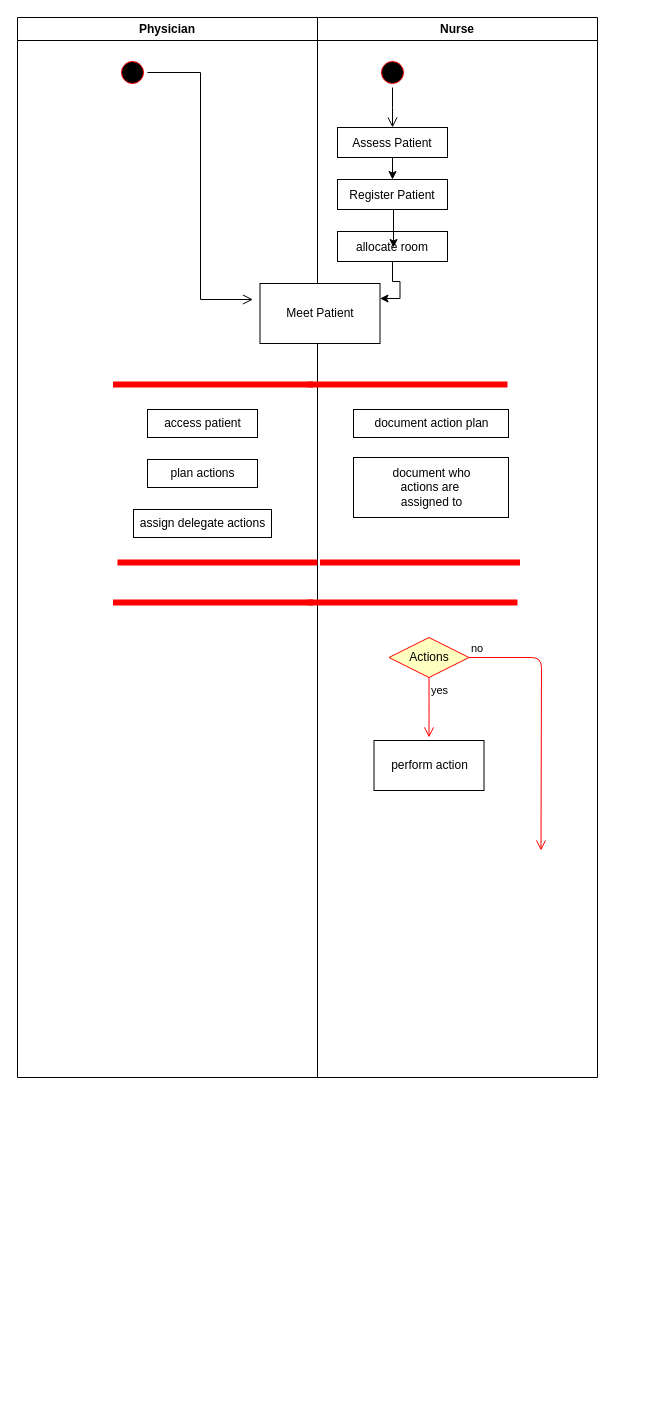
The draw.io diagram activity.drawio in kestersimm/drawio, before the edit. Source tidied: cells renumbered, new cells numbered last; positions are measured from the earlier drawing's top-left corner, leaving out a move shared by most shapes. Both pictures are drawn from the tidied source at 100%, with x=0, y=0 at pixel (17, 17).
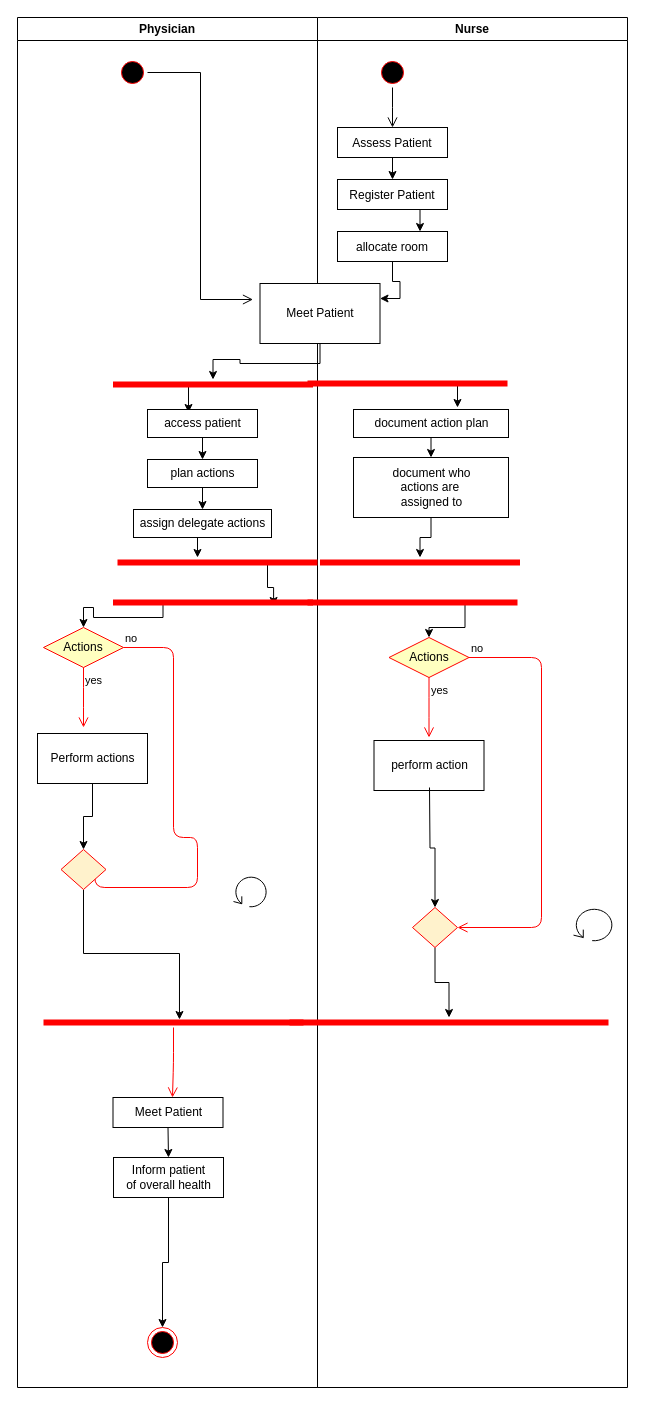
After the change.

The change refers to these unchanged cells:
```xml
<mxCell id="7" value="Register Patient" parent="2" vertex="1">
  <mxGeometry x="20" y="162" width="110" height="30" as="geometry" />
</mxCell>
<mxCell id="9" value="allocate room" parent="2" vertex="1">
  <mxGeometry x="20" y="214" width="110" height="30" as="geometry" />
</mxCell>
<mxCell id="13" value="Meet Patient" style="rounded=0;whiteSpace=wrap;html=1;" parent="10" vertex="1">
  <mxGeometry x="242.5" y="266" width="120" height="60" as="geometry" />
</mxCell>
<mxCell id="14" style="shape=line;html=1;strokeWidth=6;strokeColor=#ff0000;" parent="10" vertex="1">
  <mxGeometry x="95.5" y="362" width="200" height="10" as="geometry" />
</mxCell>
<mxCell id="15" value="access patient" style="html=1;" parent="10" vertex="1">
  <mxGeometry x="130" y="392" width="110" height="28" as="geometry" />
</mxCell>
<mxCell id="16" value="plan actions" style="html=1;" parent="10" vertex="1">
  <mxGeometry x="130" y="442" width="110" height="28" as="geometry" />
</mxCell>
<mxCell id="17" value="assign delegate actions" style="html=1;" parent="10" vertex="1">
  <mxGeometry x="116" y="492" width="138" height="28" as="geometry" />
</mxCell>
<mxCell id="18" style="shape=line;html=1;strokeWidth=6;strokeColor=#ff0000;" parent="10" vertex="1">
  <mxGeometry x="100" y="540" width="200" height="10" as="geometry" />
</mxCell>
<mxCell id="19" style="shape=line;html=1;strokeWidth=6;strokeColor=#ff0000;" parent="10" vertex="1">
  <mxGeometry x="95.5" y="580" width="200" height="10" as="geometry" />
</mxCell>
<mxCell id="21" value="document action plan" style="html=1;" parent="2" vertex="1">
  <mxGeometry x="36" y="392" width="155" height="28" as="geometry" />
</mxCell>
<mxCell id="22" value="document who&lt;br&gt;actions are&amp;nbsp;&lt;br&gt;assigned to" style="html=1;" parent="2" vertex="1">
  <mxGeometry x="36" y="440" width="155" height="60" as="geometry" />
</mxCell>
<mxCell id="23" style="shape=line;html=1;strokeWidth=6;strokeColor=#ff0000;" parent="2" vertex="1">
  <mxGeometry x="2.5" y="540" width="200" height="10" as="geometry" />
</mxCell>
<mxCell id="24" style="shape=line;html=1;strokeWidth=6;strokeColor=#ff0000;" parent="2" vertex="1">
  <mxGeometry x="-10" y="580" width="210" height="10" as="geometry" />
</mxCell>
<mxCell id="25" value="Actions" style="rhombus;whiteSpace=wrap;html=1;fillColor=#ffffc0;strokeColor=#ff0000;" parent="2" vertex="1">
  <mxGeometry x="71.5" y="620" width="80" height="40" as="geometry" />
</mxCell>
```

Change to the diagram source:
```diff
@@
     <mxCell id="2" value="Nurse" style="swimlane;whiteSpace=wrap;" parent="1" vertex="1">
-      <mxGeometry x="300" width="280" height="1060" as="geometry" />
+      <mxGeometry x="300" width="310" height="1370" as="geometry" />
     </mxCell>
@@
+    <mxCell id="30" style="edgeStyle=orthogonalEdgeStyle;rounded=0;jettySize=auto;html=1;exitX=0.5;exitY=1;exitDx=0;exitDy=0;entryX=0.75;entryY=0;entryDx=0;entryDy=0;" parent="2" edge="1" source="7" target="9">
+      <mxGeometry relative="1" as="geometry" />
+    </mxCell>
@@
     <mxCell id="10" value="Physician" style="swimlane;whiteSpace=wrap;" parent="2" vertex="1">
-      <mxGeometry x="-300" width="300" height="1060" as="geometry" />
+      <mxGeometry x="-300" width="300" height="1370" as="geometry" />
     </mxCell>
@@
+    <mxCell id="31" style="edgeStyle=orthogonalEdgeStyle;rounded=0;jettySize=auto;html=1;exitX=0.5;exitY=1;exitDx=0;exitDy=0;" parent="10" edge="1" source="13" target="14">
+      <mxGeometry relative="1" as="geometry" />
+    </mxCell>
@@
+    <mxCell id="32" style="edgeStyle=orthogonalEdgeStyle;rounded=0;jettySize=auto;html=1;exitX=0.25;exitY=0.5;exitDx=0;exitDy=0;exitPerimeter=0;entryX=0.373;entryY=0.107;entryDx=0;entryDy=0;entryPerimeter=0;" parent="10" edge="1" source="14" target="15">
+      <mxGeometry relative="1" as="geometry" />
+    </mxCell>
@@
+    <mxCell id="33" style="edgeStyle=orthogonalEdgeStyle;rounded=0;jettySize=auto;html=1;exitX=0.5;exitY=1;exitDx=0;exitDy=0;entryX=0.5;entryY=0;entryDx=0;entryDy=0;" parent="10" edge="1" source="15" target="16">
+      <mxGeometry relative="1" as="geometry" />
+    </mxCell>
@@
+    <mxCell id="34" style="edgeStyle=orthogonalEdgeStyle;rounded=0;jettySize=auto;html=1;exitX=0.25;exitY=1;exitDx=0;exitDy=0;entryX=0.5;entryY=0;entryDx=0;entryDy=0;" parent="10" edge="1" source="16" target="17">
+      <mxGeometry relative="1" as="geometry" />
+    </mxCell>
@@
+    <mxCell id="35" style="edgeStyle=orthogonalEdgeStyle;rounded=0;jettySize=auto;html=1;exitX=0.5;exitY=1;exitDx=0;exitDy=0;entryX=0.4;entryY=0;entryDx=0;entryDy=0;entryPerimeter=0;" parent="10" edge="1" source="17" target="18">
+      <mxGeometry relative="1" as="geometry" />
+    </mxCell>
@@
+    <mxCell id="36" style="edgeStyle=orthogonalEdgeStyle;rounded=0;jettySize=auto;html=1;exitX=0.75;exitY=0.5;exitDx=0;exitDy=0;exitPerimeter=0;entryX=0.803;entryY=0.8;entryDx=0;entryDy=0;entryPerimeter=0;" parent="10" edge="1" source="18" target="19">
+      <mxGeometry relative="1" as="geometry" />
+    </mxCell>
@@
+    <mxCell id="37" style="edgeStyle=orthogonalEdgeStyle;rounded=0;jettySize=auto;html=1;exitX=0.25;exitY=0.5;exitDx=0;exitDy=0;exitPerimeter=0;entryX=0.5;entryY=0;entryDx=0;entryDy=0;" parent="10" edge="1" source="19" target="38">
+      <mxGeometry relative="1" as="geometry">
+        <Array as="points">
+          <mxPoint x="146" y="600" />
+          <mxPoint x="76" y="600" />
+          <mxPoint x="76" y="590" />
+          <mxPoint x="66" y="590" />
+        </Array>
+      </mxGeometry>
+    </mxCell>
@@
+    <mxCell id="38" value="Actions" style="rhombus;whiteSpace=wrap;html=1;fillColor=#ffffc0;strokeColor=#ff0000;" parent="10" vertex="1">
+      <mxGeometry x="26" y="610" width="80" height="40" as="geometry" />
+    </mxCell>
+    <mxCell id="39" value="no" style="edgeStyle=orthogonalEdgeStyle;html=1;align=left;verticalAlign=bottom;endArrow=open;endSize=8;strokeColor=#ff0000;entryX=1;entryY=0;entryDx=0;entryDy=0;" parent="10" edge="1" source="38" target="44">
+      <mxGeometry x="-1" relative="1" as="geometry">
+        <Array as="points">
+          <mxPoint x="156" y="630" />
+          <mxPoint x="156" y="820" />
+          <mxPoint x="180" y="820" />
+          <mxPoint x="180" y="870" />
+          <mxPoint x="77" y="870" />
+        </Array>
+      </mxGeometry>
+    </mxCell>
+    <mxCell id="40" value="yes" style="edgeStyle=orthogonalEdgeStyle;html=1;align=left;verticalAlign=top;endArrow=open;endSize=8;strokeColor=#ff0000;" parent="10" edge="1" source="38">
+      <mxGeometry x="-1" relative="1" as="geometry">
+        <mxPoint x="66" y="710" as="targetPoint" />
+      </mxGeometry>
+    </mxCell>
+    <mxCell id="41" style="edgeStyle=orthogonalEdgeStyle;rounded=0;jettySize=auto;html=1;entryX=0.5;entryY=0;entryDx=0;entryDy=0;strokeColor=#000000;" parent="10" edge="1" source="42" target="44">
+      <mxGeometry relative="1" as="geometry" />
+    </mxCell>
+    <mxCell id="42" value="Perform actions" style="html=1;strokeColor=#000000;" parent="10" vertex="1">
+      <mxGeometry x="20" y="716" width="110" height="50" as="geometry" />
+    </mxCell>
+    <mxCell id="43" style="edgeStyle=orthogonalEdgeStyle;rounded=0;jettySize=auto;html=1;entryX=0.523;entryY=0.2;entryDx=0;entryDy=0;entryPerimeter=0;" parent="10" edge="1" source="44" target="46">
+      <mxGeometry relative="1" as="geometry" />
+    </mxCell>
+    <mxCell id="44" style="rhombus;whiteSpace=wrap;html=1;fillColor=#fff2cc;strokeColor=#FF0000;" parent="10" vertex="1">
+      <mxGeometry x="43.5" y="832" width="45" height="40" as="geometry" />
+    </mxCell>
+    <mxCell id="45" style="shape=mxgraph.bpmn.loop;html=1;strokeColor=#000000;" parent="10" vertex="1">
+      <mxGeometry x="216" y="858" width="34" height="32" as="geometry" />
+    </mxCell>
+    <mxCell id="46" style="shape=line;html=1;strokeWidth=6;strokeColor=#ff0000;" parent="10" vertex="1">
+      <mxGeometry x="26" y="1000" width="260" height="10" as="geometry" />
+    </mxCell>
+    <mxCell id="47" style="edgeStyle=orthogonalEdgeStyle;html=1;verticalAlign=bottom;endArrow=open;endSize=8;strokeColor=#ff0000;" parent="10" edge="1" source="46">
+      <mxGeometry relative="1" as="geometry">
+        <mxPoint x="155" y="1080" as="targetPoint" />
+      </mxGeometry>
+    </mxCell>
+    <mxCell id="48" style="edgeStyle=orthogonalEdgeStyle;rounded=0;jettySize=auto;html=1;exitX=0.5;exitY=1;exitDx=0;exitDy=0;entryX=0.5;entryY=0;entryDx=0;entryDy=0;" parent="10" edge="1" source="49" target="51">
+      <mxGeometry relative="1" as="geometry" />
+    </mxCell>
+    <mxCell id="49" value="Meet Patient" style="html=1;strokeColor=#000000;" parent="10" vertex="1">
+      <mxGeometry x="95.5" y="1080" width="110" height="30" as="geometry" />
+    </mxCell>
+    <mxCell id="50" style="edgeStyle=orthogonalEdgeStyle;rounded=0;jettySize=auto;html=1;entryX=0.5;entryY=0;entryDx=0;entryDy=0;" parent="10" edge="1" source="51" target="52">
+      <mxGeometry relative="1" as="geometry" />
+    </mxCell>
+    <mxCell id="51" value="Inform patient &lt;br&gt;of overall health" style="html=1;strokeColor=#000000;" parent="10" vertex="1">
+      <mxGeometry x="96" y="1140" width="110" height="40" as="geometry" />
+    </mxCell>
+    <mxCell id="52" style="ellipse;html=1;shape=endState;fillColor=#000000;strokeColor=#ff0000;" parent="10" vertex="1">
+      <mxGeometry x="130" y="1310" width="30" height="30" as="geometry" />
+    </mxCell>
+    <mxCell id="53" style="edgeStyle=orthogonalEdgeStyle;rounded=0;jettySize=auto;html=1;exitX=0.75;exitY=0.5;exitDx=0;exitDy=0;exitPerimeter=0;entryX=0.671;entryY=-0.071;entryDx=0;entryDy=0;entryPerimeter=0;" parent="2" edge="1" source="20" target="21">
+      <mxGeometry relative="1" as="geometry" />
+    </mxCell>
     <mxCell id="20" style="shape=line;html=1;strokeWidth=6;strokeColor=#ff0000;" parent="2" vertex="1">
-      <mxGeometry x="-10" y="362" width="200" height="10" as="geometry" />
+      <mxGeometry x="-10" y="361" width="200" height="10" as="geometry" />
     </mxCell>
+    <mxCell id="54" style="edgeStyle=orthogonalEdgeStyle;rounded=0;jettySize=auto;html=1;exitX=0.5;exitY=1;exitDx=0;exitDy=0;entryX=0.5;entryY=0;entryDx=0;entryDy=0;" parent="2" edge="1" source="21" target="22">
+      <mxGeometry relative="1" as="geometry" />
+    </mxCell>
@@
+    <mxCell id="55" style="edgeStyle=orthogonalEdgeStyle;rounded=0;jettySize=auto;html=1;exitX=0.5;exitY=1;exitDx=0;exitDy=0;" parent="2" edge="1" source="22" target="23">
+      <mxGeometry relative="1" as="geometry" />
+    </mxCell>
@@
+    <mxCell id="56" style="edgeStyle=orthogonalEdgeStyle;rounded=0;jettySize=auto;html=1;exitX=0.75;exitY=0.5;exitDx=0;exitDy=0;exitPerimeter=0;entryX=0.5;entryY=0;entryDx=0;entryDy=0;" parent="2" edge="1" source="24" target="25">
+      <mxGeometry relative="1" as="geometry" />
+    </mxCell>
@@
-    <mxCell id="26" value="no" style="edgeStyle=orthogonalEdgeStyle;html=1;align=left;verticalAlign=bottom;endArrow=open;endSize=8;strokeColor=#ff0000;" parent="2" edge="1" source="25">
+    <mxCell id="26" value="no" style="edgeStyle=orthogonalEdgeStyle;html=1;align=left;verticalAlign=bottom;endArrow=open;endSize=8;strokeColor=#ff0000;entryX=1;entryY=0.5;entryDx=0;entryDy=0;" parent="2" edge="1" source="25" target="59">
       <mxGeometry x="-1" relative="1" as="geometry">
-        <mxPoint x="223.5" y="833" as="targetPoint" />
+        <Array as="points">
+          <mxPoint x="224" y="640" />
+          <mxPoint x="224" y="910" />
+        </Array>
       </mxGeometry>
     </mxCell>
@@
-    <mxCell id="29" style="edgeStyle=orthogonalEdgeStyle;rounded=0;jettySize=auto;html=1;exitX=0.5;exitY=1;exitDx=0;exitDy=0;" parent="1" edge="1" source="7">
-      <mxGeometry relative="1" as="geometry">
-        <mxPoint x="376" y="230" as="targetPoint" />
-      </mxGeometry>
-    </mxCell>
+    <mxCell id="57" style="edgeStyle=orthogonalEdgeStyle;rounded=0;jettySize=auto;html=1;strokeColor=#000000;" parent="2" edge="1" target="59">
+      <mxGeometry relative="1" as="geometry">
+        <mxPoint x="112" y="770" as="sourcePoint" />
+      </mxGeometry>
+    </mxCell>
+    <mxCell id="58" style="edgeStyle=orthogonalEdgeStyle;rounded=0;jettySize=auto;html=1;" parent="2" edge="1" source="59" target="61">
+      <mxGeometry relative="1" as="geometry" />
+    </mxCell>
+    <mxCell id="59" style="rhombus;whiteSpace=wrap;html=1;fillColor=#fff2cc;strokeColor=#FF0000;" parent="2" vertex="1">
+      <mxGeometry x="95" y="890" width="45" height="40" as="geometry" />
+    </mxCell>
+    <mxCell id="60" style="shape=mxgraph.bpmn.loop;html=1;strokeColor=#000000;" parent="2" vertex="1">
+      <mxGeometry x="256" y="890" width="40" height="34" as="geometry" />
+    </mxCell>
+    <mxCell id="61" style="shape=line;html=1;strokeWidth=6;strokeColor=#ff0000;" parent="2" vertex="1">
+      <mxGeometry x="-28" y="1000" width="319" height="10" as="geometry" />
+    </mxCell>
```
